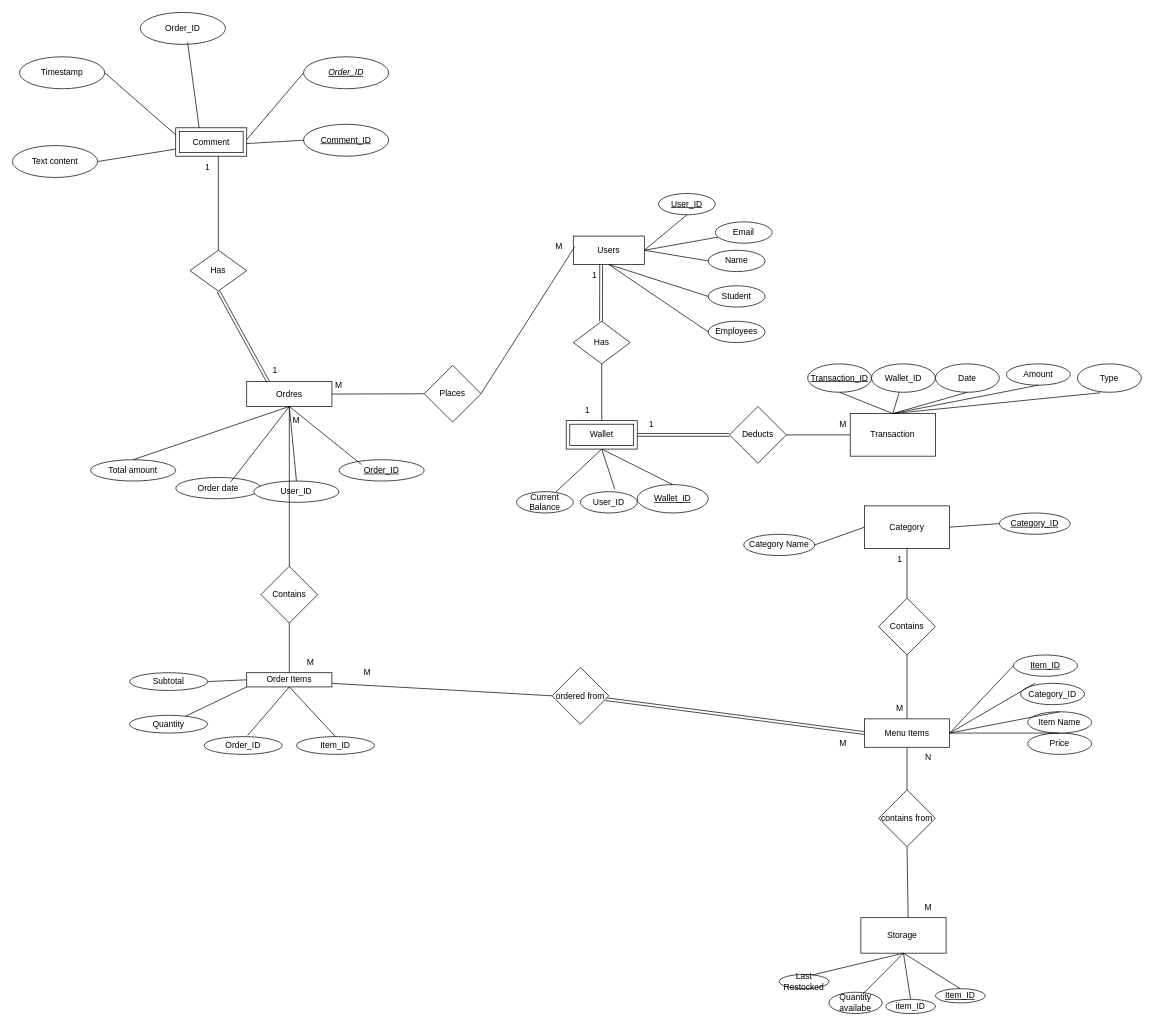
Before: _Design/Diagrams/ERD/ERD.drawio in joewaleed/Cafeteria-Project_2.0, a draw.io diagram. Source tidied: cells renumbered, new cells numbered last; positions are measured from the earlier drawing's top-left corner, leaving out a move shared by most shapes. Both pictures are drawn from the tidied source at 71%, with x=0, y=0 at pixel (12, 12).
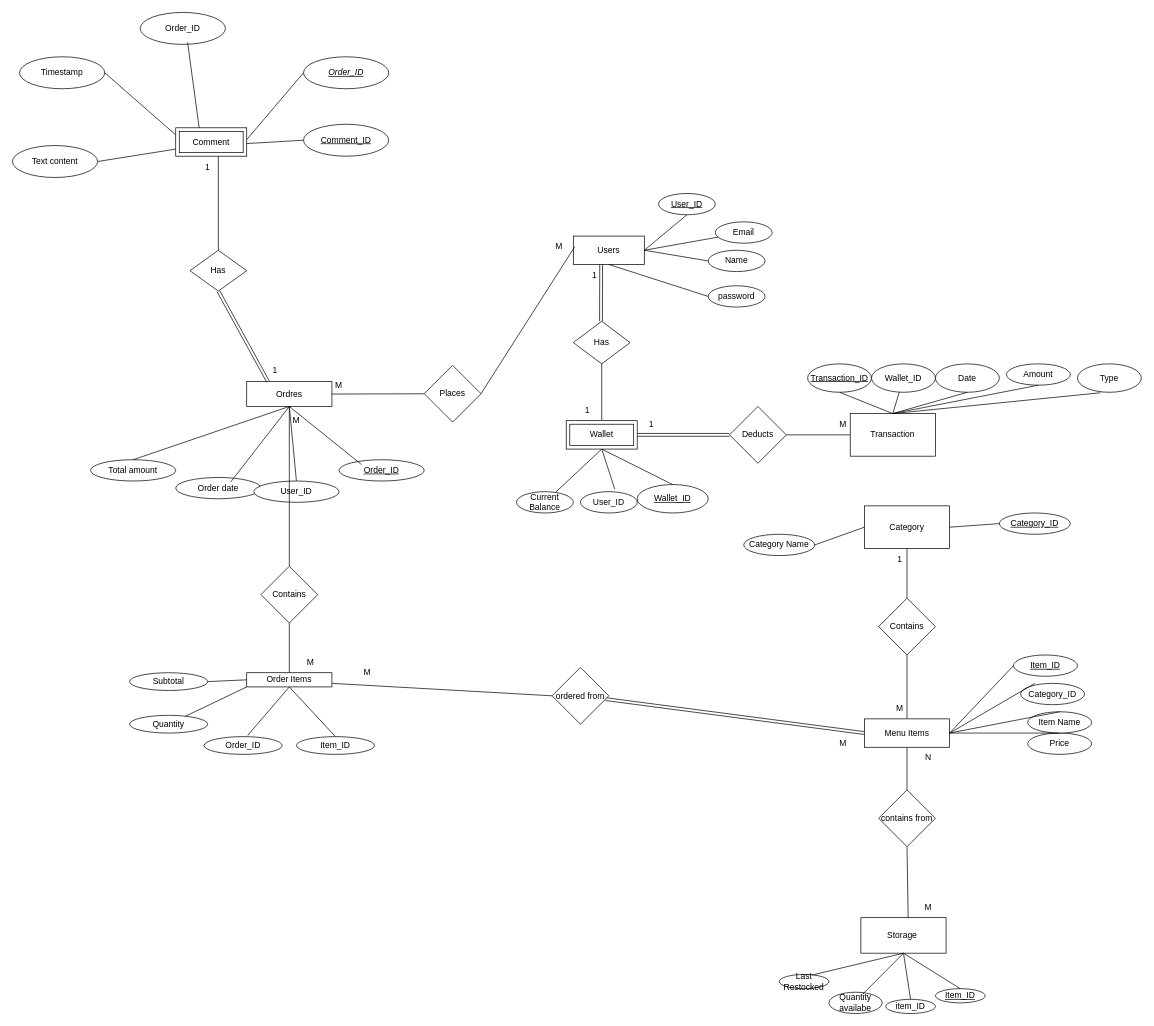
The same page after the edit.

The change refers to these unchanged cells:
```xml
<mxCell id="2" value="Users" style="rounded=0;whiteSpace=wrap;html=1;" parent="1" vertex="1">
  <mxGeometry x="790" y="315" width="100" height="40" as="geometry" />
</mxCell>
```

What changed in the source:
```diff
@@
-    <mxCell id="4" value="Employees" style="ellipse;whiteSpace=wrap;html=1;" parent="1" vertex="1">
-      <mxGeometry x="980" y="435" width="80" height="30" as="geometry" />
-    </mxCell>
-    <mxCell id="5" value="Student" style="ellipse;whiteSpace=wrap;html=1;" parent="1" vertex="1">
+    <mxCell id="5" value="password" style="ellipse;whiteSpace=wrap;html=1;" parent="1" vertex="1">
       <mxGeometry x="980" y="385" width="80" height="30" as="geometry" />
     </mxCell>
@@
-    <mxCell id="10" style="edgeStyle=orthogonalEdgeStyle;rounded=0;orthogonalLoop=1;jettySize=auto;html=1;exitX=0.5;exitY=1;exitDx=0;exitDy=0;" parent="1" edge="1" source="4" target="4">
-      <mxGeometry relative="1" as="geometry" />
+    <mxCell id="10" style="edgeStyle=orthogonalEdgeStyle;rounded=0;orthogonalLoop=1;jettySize=auto;html=1;exitX=0.5;exitY=1;exitDx=0;exitDy=0;" parent="1" edge="1">
+      <mxGeometry relative="1" as="geometry">
+        <mxPoint x="1020" y="465" as="sourcePoint" />
+        <mxPoint x="1020" y="465" as="targetPoint" />
+      </mxGeometry>
     </mxCell>
@@
-    <mxCell id="13" style="endArrow=none;html=1;rounded=0;entryX=0;entryY=0.5;entryDx=0;entryDy=0;exitX=0.5;exitY=1;exitDx=0;exitDy=0;" parent="1" edge="1" source="2" target="4">
-      <mxGeometry relative="1" as="geometry" />
-    </mxCell>
```
